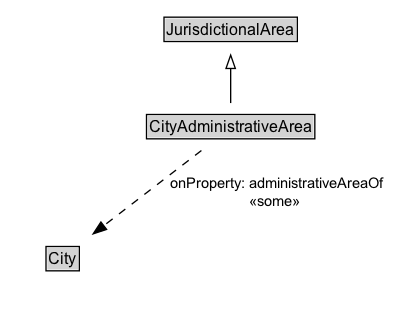
Before: docs/diagrams/CityAdministrativeArea.dot.png, a diagram exported from Graphviz (ISO-TC204/ontology-cdm-p2-v1). Its source is kept beside it as docs/diagrams/CityAdministrativeArea.dot. The source it was exported from:
```dot
digraph {
	graph [overlap=false rankdir=TB splines=true]
	node [fontname=Arial fontsize=12 margin=0 shape=none]
	edge [fontname=Arial fontsize=11]
	{
		rank=max
		CityAdministrativeArea [label=<<TABLE BORDER="1" CELLBORDER="0" CELLSPACING="0" CELLPADDING="1"><TR><TD BGCOLOR="lightgray" ALIGN="CENTER" PORT="e">CityAdministrativeArea</TD></TR></TABLE>> URL="../CityAdministrativeArea.md" margin=0]
	}
	subgraph cluster_associated {
		label="" style=invis
		Invis [label=<<TABLE BORDER="0" CELLBORDER="0" CELLSPACING="0" CELLPADDING="1"><TR><TD></TD></TR></TABLE>> margin=0 style=invis]
		City [label=<<TABLE BORDER="1" CELLBORDER="0" CELLSPACING="0" CELLPADDING="1"><TR><TD BGCOLOR="lightgray" ALIGN="CENTER">City</TD></TR></TABLE>> URL="../City.md" margin=0]
	}
	JurisdictionalArea [label=<<TABLE BORDER="1" CELLBORDER="0" CELLSPACING="0" CELLPADDING="1"><TR><TD BGCOLOR="lightgray" ALIGN="CENTER">JurisdictionalArea</TD></TR></TABLE>> URL="../JurisdictionalArea.md" margin=0]
	CityAdministrativeArea -> JurisdictionalArea [arrowhead=onormal style=solid]
	CityAdministrativeArea -> Invis [style=invis]
	Invis -> City [style=invis]
	CityAdministrativeArea -> City [label=" onProperty: administrativeAreaOf
 «some»  " arrowhead=normal style=dashed]
}
```
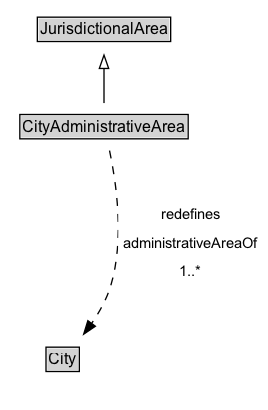
The same file after the commit.

The edit, as a diff of the source:
```diff
@@ -3,18 +3,21 @@
 	node [fontname=Arial fontsize=12 margin=0 shape=none]
 	edge [fontname=Arial fontsize=11]
 	{
+		rank=source
+		JurisdictionalArea [label=<<TABLE BORDER="1" CELLBORDER="0" CELLSPACING="0" CELLPADDING="1"><TR><TD BGCOLOR="lightgray" ALIGN="CENTER">JurisdictionalArea</TD></TR></TABLE>> URL="../JurisdictionalArea" margin=0]
+	}
+	CityAdministrativeArea [label=<<TABLE BORDER="1" CELLBORDER="0" CELLSPACING="0" CELLPADDING="1"><TR><TD BGCOLOR="lightgray" ALIGN="CENTER">CityAdministrativeArea</TD></TR></TABLE>> URL="../CityAdministrativeArea" margin=0]
+	{
 		rank=max
-		CityAdministrativeArea [label=<<TABLE BORDER="1" CELLBORDER="0" CELLSPACING="0" CELLPADDING="1"><TR><TD BGCOLOR="lightgray" ALIGN="CENTER" PORT="e">CityAdministrativeArea</TD></TR></TABLE>> URL="../CityAdministrativeArea.md" margin=0]
 	}
 	subgraph cluster_associated {
 		label="" style=invis
 		Invis [label=<<TABLE BORDER="0" CELLBORDER="0" CELLSPACING="0" CELLPADDING="1"><TR><TD></TD></TR></TABLE>> margin=0 style=invis]
-		City [label=<<TABLE BORDER="1" CELLBORDER="0" CELLSPACING="0" CELLPADDING="1"><TR><TD BGCOLOR="lightgray" ALIGN="CENTER">City</TD></TR></TABLE>> URL="../City.md" margin=0]
+		City [label=<<TABLE BORDER="1" CELLBORDER="0" CELLSPACING="0" CELLPADDING="1"><TR><TD BGCOLOR="lightgray" ALIGN="CENTER">City</TD></TR></TABLE>> URL="../City" margin=0]
 	}
-	JurisdictionalArea [label=<<TABLE BORDER="1" CELLBORDER="0" CELLSPACING="0" CELLPADDING="1"><TR><TD BGCOLOR="lightgray" ALIGN="CENTER">JurisdictionalArea</TD></TR></TABLE>> URL="../JurisdictionalArea.md" margin=0]
 	CityAdministrativeArea -> JurisdictionalArea [arrowhead=onormal style=solid]
 	CityAdministrativeArea -> Invis [style=invis]
 	Invis -> City [style=invis]
-	CityAdministrativeArea -> City [label=" onProperty: administrativeAreaOf
- «some»  " arrowhead=normal style=dashed]
+	City [label=<<TABLE BORDER="1" CELLBORDER="0" CELLSPACING="0" CELLPADDING="1"><TR><TD BGCOLOR="lightgray" ALIGN="CENTER">City</TD></TR></TABLE>> URL="../City" margin=0]
+	CityAdministrativeArea -> City [label=<<TABLE BORDER="0" CELLBORDER="0" CELLSPACING="0" CELLPADDING="4" BGCOLOR="white"><TR><TD ALIGN="CENTER">redefines</TD></TR><TR><TD ALIGN="CENTER">administrativeAreaOf</TD></TR><TR><TD ALIGN="CENTER">1..*</TD></TR></TABLE>> arrowhead=normal style=dashed]
 }
```
